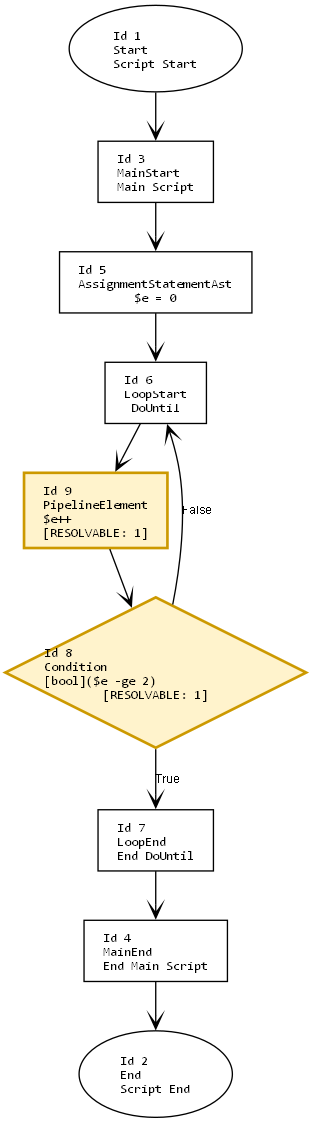
This is in/in.png from mine41/deob, a Graphviz export, as it was before one commit. Its source is kept beside it as in/in.dot.
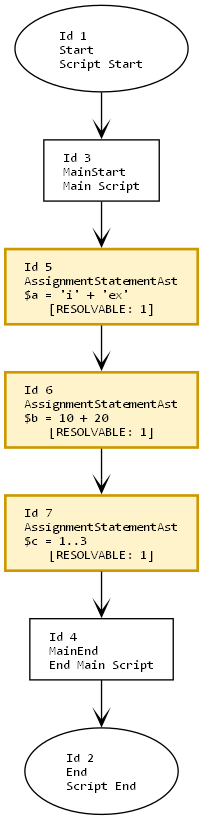
The same file after the commit.

The edit, as a diff of the source:
```diff
@@ -14,19 +14,14 @@
     2 [label="Id 2\lEnd\lScript End", shape=oval];
     3 [label="Id 3\lMainStart\lMain Script", shape=box];
     4 [label="Id 4\lMainEnd\lEnd Main Script", shape=box];
-    5 [label="Id 5\lAssignmentStatementAst\l$e = 0", shape=box];
-    6 [label="Id 6\lLoopStart\lDoUntil", shape=box];
-    7 [label="Id 7\lLoopEnd\lEnd DoUntil", shape=box];
-    8 [label="Id 8\lCondition\l[bool]($e -ge 2)\l[RESOLVABLE: 1]", shape=diamond, style=filled, fillcolor="#fff3cc", color="#cc9900", penwidth=2];
-    9 [label="Id 9\lPipelineElement\l$e++\l[RESOLVABLE: 1]", shape=box, style=filled, fillcolor="#fff3cc", color="#cc9900", penwidth=2];
+    5 [label="Id 5\lAssignmentStatementAst\l$a = 'i' + 'ex'\l[RESOLVABLE: 1]", shape=box, style=filled, fillcolor="#fff3cc", color="#cc9900", penwidth=2];
+    6 [label="Id 6\lAssignmentStatementAst\l$b = 10 + 20\l[RESOLVABLE: 1]", shape=box, style=filled, fillcolor="#fff3cc", color="#cc9900", penwidth=2];
+    7 [label="Id 7\lAssignmentStatementAst\l$c = 1..3\l[RESOLVABLE: 1]", shape=box, style=filled, fillcolor="#fff3cc", color="#cc9900", penwidth=2];
 
     1 -> 3;
     3 -> 5;
     5 -> 6;
-    6 -> 9;
-    9 -> 8;
-    8 -> 6 [label="False"];
-    8 -> 7 [label="True"];
+    6 -> 7;
     7 -> 4;
     4 -> 2;
 }
```
